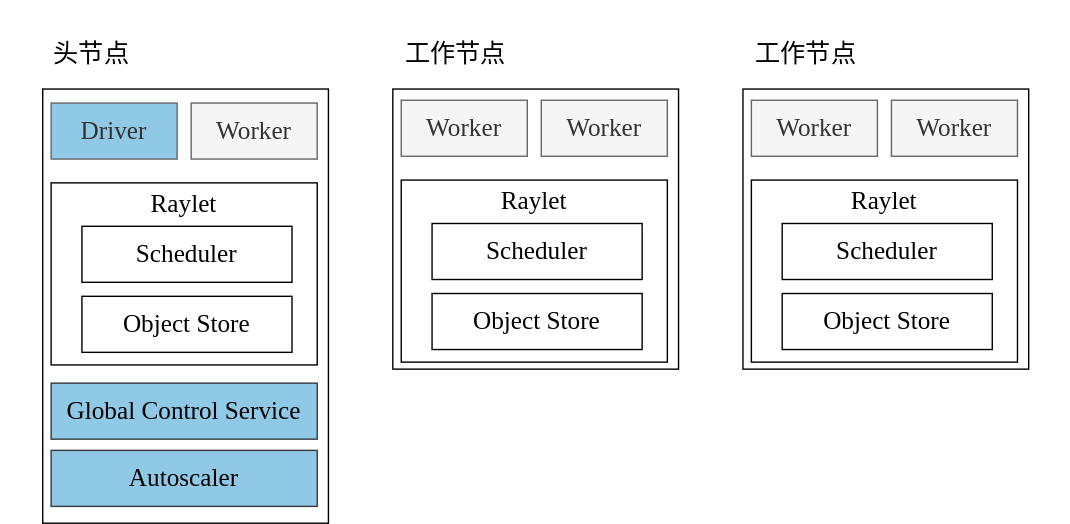
Before: img/ch-ray-cluster/ray-cluster.svg, a diagram exported from draw.io (godaai/scale-py-zh). Source tidied: cells renumbered, new cells last; positions are measured from the earlier drawing's top-left corner, leaving out a move shared by most shapes. Its diagram source:
```xml
<mxGraphModel>
  <root>
    <mxCell id="0" />
    <mxCell id="1" parent="0" />
    <mxCell id="2" style="rounded=0;whiteSpace=wrap;html=1;strokeColor=none;fillColor=none;" parent="1" vertex="1">
      <mxGeometry width="764" height="366" as="geometry" />
    </mxCell>
    <mxCell id="3" style="rounded=0;whiteSpace=wrap;html=1;fontSize=18;fillColor=none;fontFamily=Times New Roman;" parent="1" vertex="1">
      <mxGeometry x="30" y="63" width="204" height="310" as="geometry" />
    </mxCell>
    <mxCell id="4" value="Driver" style="rounded=0;whiteSpace=wrap;html=1;fontSize=18;fillColor=#90C9E6;fontColor=#333333;strokeColor=#666666;fontFamily=Times New Roman;" parent="1" vertex="1">
      <mxGeometry x="36" y="73" width="90" height="40" as="geometry" />
    </mxCell>
    <mxCell id="5" value="Worker" style="rounded=0;whiteSpace=wrap;html=1;fontSize=18;fillColor=#f5f5f5;fontColor=#333333;strokeColor=#666666;fontFamily=Times New Roman;" parent="1" vertex="1">
      <mxGeometry x="136" y="73" width="90" height="40" as="geometry" />
    </mxCell>
    <mxCell id="6" value="Scheduler" style="rounded=0;whiteSpace=wrap;html=1;fontSize=18;fontFamily=Times New Roman;" parent="1" vertex="1">
      <mxGeometry x="58" y="161" width="150" height="40" as="geometry" />
    </mxCell>
    <mxCell id="7" value="Object Store" style="rounded=0;whiteSpace=wrap;html=1;fontSize=18;fontFamily=Times New Roman;" parent="1" vertex="1">
      <mxGeometry x="58" y="211" width="150" height="40" as="geometry" />
    </mxCell>
    <mxCell id="8" value="Global Control Service" style="rounded=0;whiteSpace=wrap;html=1;fontSize=18;fillColor=#90C9E6;strokeColor=#36393d;fontFamily=Times New Roman;" parent="1" vertex="1">
      <mxGeometry x="36" y="273" width="190" height="40" as="geometry" />
    </mxCell>
    <mxCell id="9" style="rounded=0;whiteSpace=wrap;html=1;fillColor=none;fontSize=18;fontFamily=Times New Roman;" parent="1" vertex="1">
      <mxGeometry x="36" y="130" width="190" height="130" as="geometry" />
    </mxCell>
    <mxCell id="10" value="Raylet" style="text;html=1;strokeColor=none;fillColor=none;align=center;verticalAlign=middle;whiteSpace=wrap;rounded=0;fontSize=18;fontFamily=Times New Roman;" parent="1" vertex="1">
      <mxGeometry x="101" y="130" width="60" height="30" as="geometry" />
    </mxCell>
    <mxCell id="11" value="头节点" style="text;html=1;strokeColor=none;fillColor=none;align=center;verticalAlign=middle;whiteSpace=wrap;rounded=0;fontSize=18;fontFamily=Times New Roman;" parent="1" vertex="1">
      <mxGeometry x="30" y="23" width="70" height="30" as="geometry" />
    </mxCell>
    <mxCell id="12" style="rounded=0;whiteSpace=wrap;html=1;fontSize=18;fillColor=none;fontFamily=Times New Roman;" parent="1" vertex="1">
      <mxGeometry x="280" y="63" width="204" height="200" as="geometry" />
    </mxCell>
    <mxCell id="13" value="Worker" style="rounded=0;whiteSpace=wrap;html=1;fontSize=18;fillColor=#f5f5f5;fontColor=#333333;strokeColor=#666666;fontFamily=Times New Roman;" parent="1" vertex="1">
      <mxGeometry x="286" y="71" width="90" height="40" as="geometry" />
    </mxCell>
    <mxCell id="14" value="Worker" style="rounded=0;whiteSpace=wrap;html=1;fontSize=18;fillColor=#f5f5f5;fontColor=#333333;strokeColor=#666666;fontFamily=Times New Roman;" parent="1" vertex="1">
      <mxGeometry x="386" y="71" width="90" height="40" as="geometry" />
    </mxCell>
    <mxCell id="15" value="Scheduler" style="rounded=0;whiteSpace=wrap;html=1;fontSize=18;fontFamily=Times New Roman;" parent="1" vertex="1">
      <mxGeometry x="308" y="159" width="150" height="40" as="geometry" />
    </mxCell>
    <mxCell id="16" value="Object Store" style="rounded=0;whiteSpace=wrap;html=1;fontSize=18;fontFamily=Times New Roman;" parent="1" vertex="1">
      <mxGeometry x="308" y="209" width="150" height="40" as="geometry" />
    </mxCell>
    <mxCell id="17" style="rounded=0;whiteSpace=wrap;html=1;fillColor=none;fontSize=18;fontFamily=Times New Roman;" parent="1" vertex="1">
      <mxGeometry x="286" y="128" width="190" height="130" as="geometry" />
    </mxCell>
    <mxCell id="18" value="Raylet" style="text;html=1;strokeColor=none;fillColor=none;align=center;verticalAlign=middle;whiteSpace=wrap;rounded=0;fontSize=18;fontFamily=Times New Roman;" parent="1" vertex="1">
      <mxGeometry x="351" y="128" width="60" height="30" as="geometry" />
    </mxCell>
    <mxCell id="19" value="工作节点" style="text;html=1;strokeColor=none;fillColor=none;align=center;verticalAlign=middle;whiteSpace=wrap;rounded=0;fontSize=18;fontFamily=Times New Roman;" parent="1" vertex="1">
      <mxGeometry x="280" y="23" width="90" height="30" as="geometry" />
    </mxCell>
    <mxCell id="20" style="rounded=0;whiteSpace=wrap;html=1;fontSize=18;fillColor=none;fontFamily=Times New Roman;" parent="1" vertex="1">
      <mxGeometry x="530" y="63" width="204" height="200" as="geometry" />
    </mxCell>
    <mxCell id="21" value="Worker" style="rounded=0;whiteSpace=wrap;html=1;fontSize=18;fillColor=#f5f5f5;fontColor=#333333;strokeColor=#666666;fontFamily=Times New Roman;" parent="1" vertex="1">
      <mxGeometry x="536" y="71" width="90" height="40" as="geometry" />
    </mxCell>
    <mxCell id="22" value="Worker" style="rounded=0;whiteSpace=wrap;html=1;fontSize=18;fillColor=#f5f5f5;fontColor=#333333;strokeColor=#666666;fontFamily=Times New Roman;" parent="1" vertex="1">
      <mxGeometry x="636" y="71" width="90" height="40" as="geometry" />
    </mxCell>
    <mxCell id="23" value="Scheduler" style="rounded=0;whiteSpace=wrap;html=1;fontSize=18;fontFamily=Times New Roman;" parent="1" vertex="1">
      <mxGeometry x="558" y="159" width="150" height="40" as="geometry" />
    </mxCell>
    <mxCell id="24" value="Object Store" style="rounded=0;whiteSpace=wrap;html=1;fontSize=18;fontFamily=Times New Roman;" parent="1" vertex="1">
      <mxGeometry x="558" y="209" width="150" height="40" as="geometry" />
    </mxCell>
    <mxCell id="25" style="rounded=0;whiteSpace=wrap;html=1;fillColor=none;fontSize=18;fontFamily=Times New Roman;" parent="1" vertex="1">
      <mxGeometry x="536" y="128" width="190" height="130" as="geometry" />
    </mxCell>
    <mxCell id="26" value="Raylet" style="text;html=1;strokeColor=none;fillColor=none;align=center;verticalAlign=middle;whiteSpace=wrap;rounded=0;fontSize=18;fontFamily=Times New Roman;" parent="1" vertex="1">
      <mxGeometry x="601" y="128" width="60" height="30" as="geometry" />
    </mxCell>
    <mxCell id="27" value="工作节点" style="text;html=1;strokeColor=none;fillColor=none;align=center;verticalAlign=middle;whiteSpace=wrap;rounded=0;fontSize=18;fontFamily=Times New Roman;" parent="1" vertex="1">
      <mxGeometry x="530" y="23" width="90" height="30" as="geometry" />
    </mxCell>
    <mxCell id="28" value="Autoscaler" style="rounded=0;whiteSpace=wrap;html=1;fontSize=18;fillColor=#90C9E6;strokeColor=#36393d;fontFamily=Times New Roman;" parent="1" vertex="1">
      <mxGeometry x="36" y="321" width="190" height="40" as="geometry" />
    </mxCell>
  </root>
</mxGraphModel>
```
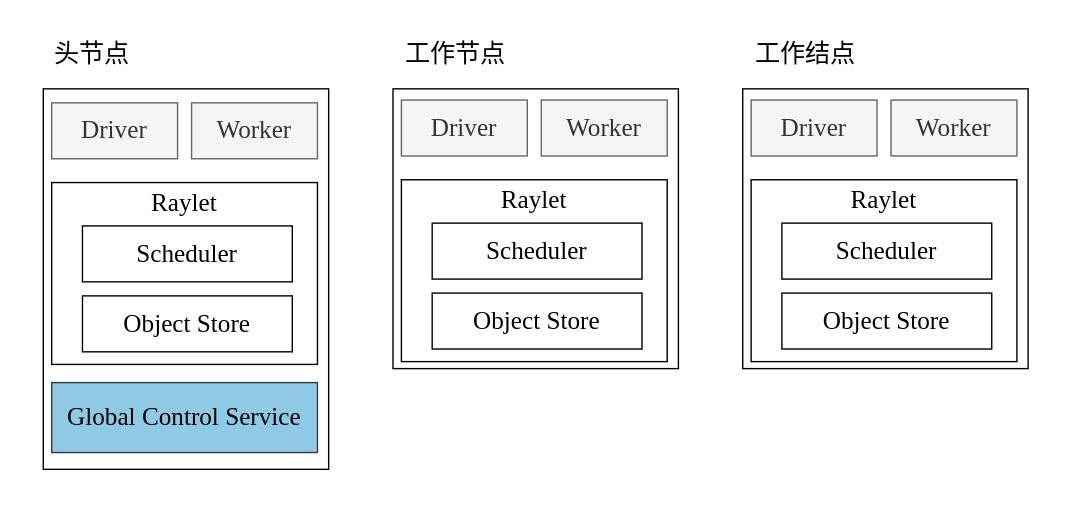
After the commit.

What changed in the source:
```diff
@@ -6,9 +6,9 @@
       <mxGeometry width="764" height="366" as="geometry" />
     </mxCell>
     <mxCell id="3" style="rounded=0;whiteSpace=wrap;html=1;fontSize=18;fillColor=none;fontFamily=Times New Roman;" parent="1" vertex="1">
-      <mxGeometry x="30" y="63" width="204" height="310" as="geometry" />
+      <mxGeometry x="30" y="63" width="204" height="272" as="geometry" />
     </mxCell>
-    <mxCell id="4" value="Driver" style="rounded=0;whiteSpace=wrap;html=1;fontSize=18;fillColor=#90C9E6;fontColor=#333333;strokeColor=#666666;fontFamily=Times New Roman;" parent="1" vertex="1">
+    <mxCell id="4" value="Driver" style="rounded=0;whiteSpace=wrap;html=1;fontSize=18;fillColor=#f5f5f5;fontColor=#333333;strokeColor=#666666;fontFamily=Times New Roman;" parent="1" vertex="1">
       <mxGeometry x="36" y="73" width="90" height="40" as="geometry" />
     </mxCell>
     <mxCell id="5" value="Worker" style="rounded=0;whiteSpace=wrap;html=1;fontSize=18;fillColor=#f5f5f5;fontColor=#333333;strokeColor=#666666;fontFamily=Times New Roman;" parent="1" vertex="1">
@@ -21,7 +21,7 @@
       <mxGeometry x="58" y="211" width="150" height="40" as="geometry" />
     </mxCell>
     <mxCell id="8" value="Global Control Service" style="rounded=0;whiteSpace=wrap;html=1;fontSize=18;fillColor=#90C9E6;strokeColor=#36393d;fontFamily=Times New Roman;" parent="1" vertex="1">
-      <mxGeometry x="36" y="273" width="190" height="40" as="geometry" />
+      <mxGeometry x="36" y="273" width="190" height="50" as="geometry" />
     </mxCell>
     <mxCell id="9" style="rounded=0;whiteSpace=wrap;html=1;fillColor=none;fontSize=18;fontFamily=Times New Roman;" parent="1" vertex="1">
       <mxGeometry x="36" y="130" width="190" height="130" as="geometry" />
@@ -35,7 +35,7 @@
     <mxCell id="12" style="rounded=0;whiteSpace=wrap;html=1;fontSize=18;fillColor=none;fontFamily=Times New Roman;" parent="1" vertex="1">
       <mxGeometry x="280" y="63" width="204" height="200" as="geometry" />
     </mxCell>
-    <mxCell id="13" value="Worker" style="rounded=0;whiteSpace=wrap;html=1;fontSize=18;fillColor=#f5f5f5;fontColor=#333333;strokeColor=#666666;fontFamily=Times New Roman;" parent="1" vertex="1">
+    <mxCell id="13" value="Driver" style="rounded=0;whiteSpace=wrap;html=1;fontSize=18;fillColor=#f5f5f5;fontColor=#333333;strokeColor=#666666;fontFamily=Times New Roman;" parent="1" vertex="1">
       <mxGeometry x="286" y="71" width="90" height="40" as="geometry" />
     </mxCell>
     <mxCell id="14" value="Worker" style="rounded=0;whiteSpace=wrap;html=1;fontSize=18;fillColor=#f5f5f5;fontColor=#333333;strokeColor=#666666;fontFamily=Times New Roman;" parent="1" vertex="1">
@@ -59,7 +59,7 @@
     <mxCell id="20" style="rounded=0;whiteSpace=wrap;html=1;fontSize=18;fillColor=none;fontFamily=Times New Roman;" parent="1" vertex="1">
       <mxGeometry x="530" y="63" width="204" height="200" as="geometry" />
     </mxCell>
-    <mxCell id="21" value="Worker" style="rounded=0;whiteSpace=wrap;html=1;fontSize=18;fillColor=#f5f5f5;fontColor=#333333;strokeColor=#666666;fontFamily=Times New Roman;" parent="1" vertex="1">
+    <mxCell id="21" value="Driver" style="rounded=0;whiteSpace=wrap;html=1;fontSize=18;fillColor=#f5f5f5;fontColor=#333333;strokeColor=#666666;fontFamily=Times New Roman;" parent="1" vertex="1">
       <mxGeometry x="536" y="71" width="90" height="40" as="geometry" />
     </mxCell>
     <mxCell id="22" value="Worker" style="rounded=0;whiteSpace=wrap;html=1;fontSize=18;fillColor=#f5f5f5;fontColor=#333333;strokeColor=#666666;fontFamily=Times New Roman;" parent="1" vertex="1">
@@ -77,11 +77,8 @@
     <mxCell id="26" value="Raylet" style="text;html=1;strokeColor=none;fillColor=none;align=center;verticalAlign=middle;whiteSpace=wrap;rounded=0;fontSize=18;fontFamily=Times New Roman;" parent="1" vertex="1">
       <mxGeometry x="601" y="128" width="60" height="30" as="geometry" />
     </mxCell>
-    <mxCell id="27" value="工作节点" style="text;html=1;strokeColor=none;fillColor=none;align=center;verticalAlign=middle;whiteSpace=wrap;rounded=0;fontSize=18;fontFamily=Times New Roman;" parent="1" vertex="1">
+    <mxCell id="27" value="工作结点" style="text;html=1;strokeColor=none;fillColor=none;align=center;verticalAlign=middle;whiteSpace=wrap;rounded=0;fontSize=18;fontFamily=Times New Roman;" parent="1" vertex="1">
       <mxGeometry x="530" y="23" width="90" height="30" as="geometry" />
     </mxCell>
-    <mxCell id="28" value="Autoscaler" style="rounded=0;whiteSpace=wrap;html=1;fontSize=18;fillColor=#90C9E6;strokeColor=#36393d;fontFamily=Times New Roman;" parent="1" vertex="1">
-      <mxGeometry x="36" y="321" width="190" height="40" as="geometry" />
-    </mxCell>
   </root>
 </mxGraphModel>
```
